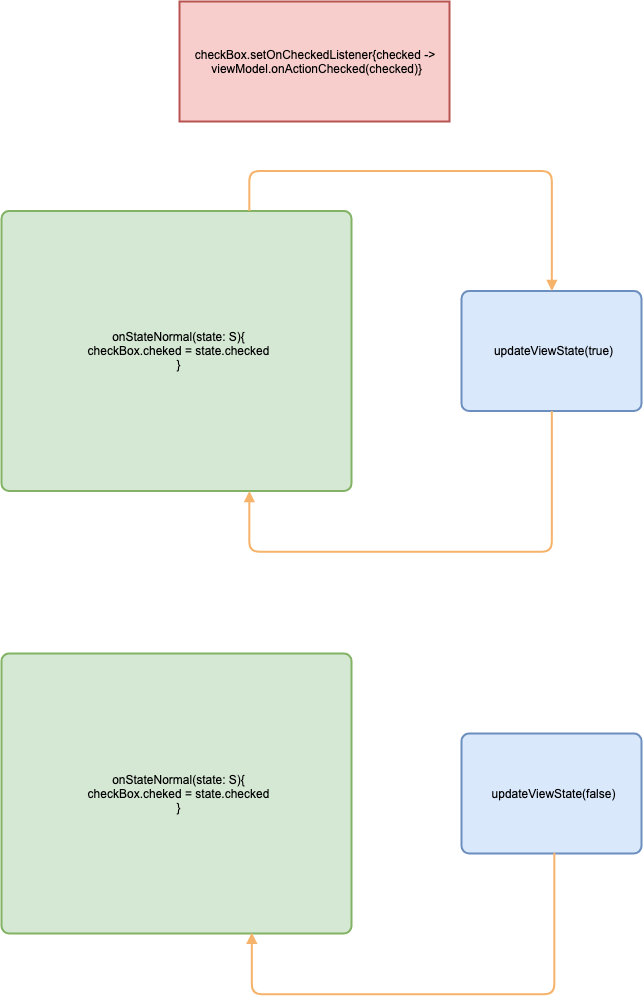
Before: documentation/EmaInfiniteLoop.png, a diagram exported from draw.io (carmabs/Ema). Source tidied: cells renumbered, new cells last; positions are measured from the earlier drawing's top-left corner, leaving out a move shared by most shapes. Source of this version:
```xml
<mxGraphModel background="#FFFFFF">
  <root>
    <mxCell id="0" />
    <mxCell id="1" parent="0" />
    <mxCell id="2" value="&lt;div style='width: 339.22223px;height: 42.0px;word-break: break-word;'&gt;&lt;div align=&quot;center&quot;&gt;&lt;span style=&quot;font-size: 12px; font-family: Arial; white-space: pre-wrap; text-decoration: none; line-height: 14px; color: rgb(0, 0, 0);&quot;&gt;onStateNormal(state: S){&#10;&lt;/span&gt;&lt;/div&gt;&lt;div align=&quot;center&quot;&gt;&lt;span style=&quot;font-size: 12px; font-family: Arial; white-space: pre-wrap; text-decoration: none; line-height: 14px; color: rgb(0, 0, 0);&quot;&gt;checkBox.cheked = state.checked&#10;&lt;/span&gt;&lt;/div&gt;&lt;div align=&quot;center&quot;&gt;&lt;span style=&quot;font-size: 12px; font-family: Arial; white-space: pre-wrap; text-decoration: none; line-height: 14px; color: rgb(0, 0, 0);&quot;&gt;}&lt;/span&gt;&lt;/div&gt;&lt;/div&gt;" style="shape=rect;rounded=1;arcSize=15;absoluteArcSize=1;shadow=0;strokeWidth=2;fillColor=#d5e8d4;strokeColor=#82b365;opacity=100.0;html=1;nl2Br=0;verticalAlign=middle;align=center;spacingLeft=3.8888888;spacingRight=0;whiteSpace=wrap;gliffyId=25;" parent="1" vertex="1">
      <mxGeometry y="209.5" width="350" height="280" as="geometry" />
    </mxCell>
    <mxCell id="3" value="&lt;div style='width: 169.8px;height: 14.0px;word-break: break-word;'&gt;&lt;div align=&quot;center&quot;&gt;&lt;span style=&quot;font-size: 12px; font-family: Arial; white-space: pre-wrap; text-decoration: none; line-height: 14px; color: rgb(0, 0, 0);&quot;&gt;updateViewState(true)&lt;/span&gt;&lt;/div&gt;&lt;/div&gt;" style="shape=rect;rounded=1;arcSize=15;absoluteArcSize=1;shadow=0;strokeWidth=2;fillColor=#dae8fc;strokeColor=#6c8fbf;opacity=100.0;html=1;nl2Br=0;verticalAlign=middle;align=center;spacingLeft=3.6;spacingRight=0;whiteSpace=wrap;gliffyId=27;" parent="1" vertex="1">
      <mxGeometry x="460" y="289.5" width="180" height="120" as="geometry" />
    </mxCell>
    <mxCell id="4" value="&lt;div style='width: 261.85715px;height: 28.0px;word-break: break-word;'&gt;&lt;div align=&quot;center&quot;&gt;&lt;span style=&quot;font-size: 12px; font-family: Arial; white-space: pre-wrap; text-decoration: none; line-height: 14px; color: rgb(0, 0, 0);&quot;&gt;checkBox.setOnCheckedListener{checked -&amp;gt;&#10;&lt;/span&gt;&lt;/div&gt;&lt;div align=&quot;center&quot;&gt;&lt;span style=&quot;font-size: 12px; font-family: Arial; white-space: pre-wrap; text-decoration: none; line-height: 14px; color: rgb(0, 0, 0);&quot;&gt; viewModel.onActionChecked(checked)}&lt;/span&gt;&lt;/div&gt;&lt;/div&gt;" style="shape=rect;shadow=0;strokeWidth=2;fillColor=#f8cecc;strokeColor=#b85450;opacity=100.0;html=1;nl2Br=0;verticalAlign=middle;align=center;spacingLeft=2.5714285;spacingRight=0;whiteSpace=wrap;gliffyId=37;" parent="1" vertex="1">
      <mxGeometry x="178" width="270" height="120" as="geometry" />
    </mxCell>
    <mxCell id="5" style="shape=filledEdge;strokeWidth=2;strokeColor=#f6b36b;fillColor=none;startArrow=none;startFill=0;startSize=6;endArrow=block;endFill=1;endSize=6;rounded=1;gliffyId=49;edgeStyle=orthogonalEdgeStyle;" parent="1" edge="1" source="2" target="3">
      <mxGeometry relative="1" as="geometry">
        <Array as="points">
          <mxPoint x="247.5" y="209.5" />
          <mxPoint x="247.5" y="169.5" />
          <mxPoint x="550" y="169.5" />
          <mxPoint x="550" y="289.5" />
        </Array>
      </mxGeometry>
    </mxCell>
    <mxCell id="6" style="shape=filledEdge;strokeWidth=2;strokeColor=#f6b36b;fillColor=none;startArrow=none;startFill=0;startSize=6;endArrow=block;endFill=1;endSize=6;rounded=1;gliffyId=50;edgeStyle=orthogonalEdgeStyle;" parent="1" edge="1" source="3" target="2">
      <mxGeometry relative="1" as="geometry">
        <Array as="points">
          <mxPoint x="550" y="409.5" />
          <mxPoint x="550" y="550.5" />
          <mxPoint x="247.5" y="550.5" />
          <mxPoint x="247.5" y="489.5" />
        </Array>
      </mxGeometry>
    </mxCell>
    <mxCell id="7" value="&lt;div style='width: 339.22223px;height: 42.0px;word-break: break-word;'&gt;&lt;div align=&quot;center&quot;&gt;&lt;span style=&quot;font-size: 12px; font-family: Arial; white-space: pre-wrap; text-decoration: none; line-height: 14px; color: rgb(0, 0, 0);&quot;&gt;onStateNormal(state: S){&#10;&lt;/span&gt;&lt;/div&gt;&lt;div align=&quot;center&quot;&gt;&lt;span style=&quot;font-size: 12px; font-family: Arial; white-space: pre-wrap; text-decoration: none; line-height: 14px; color: rgb(0, 0, 0);&quot;&gt;checkBox.cheked = state.checked&#10;&lt;/span&gt;&lt;/div&gt;&lt;div align=&quot;center&quot;&gt;&lt;span style=&quot;font-size: 12px; font-family: Arial; white-space: pre-wrap; text-decoration: none; line-height: 14px; color: rgb(0, 0, 0);&quot;&gt;}&lt;/span&gt;&lt;/div&gt;&lt;/div&gt;" style="shape=rect;rounded=1;arcSize=15;absoluteArcSize=1;shadow=0;strokeWidth=2;fillColor=#d5e8d4;strokeColor=#82b365;opacity=100.0;html=1;nl2Br=0;verticalAlign=middle;align=center;spacingLeft=3.8888888;spacingRight=0;whiteSpace=wrap;gliffyId=65;" parent="1" vertex="1">
      <mxGeometry y="652" width="350" height="280" as="geometry" />
    </mxCell>
    <mxCell id="8" value="&lt;div style='width: 169.8px;height: 14.0px;word-break: break-word;'&gt;&lt;div align=&quot;center&quot;&gt;&lt;span style=&quot;font-size: 12px; font-family: Arial; white-space: pre-wrap; text-decoration: none; line-height: 14px; color: rgb(0, 0, 0);&quot;&gt;updateViewState(false)&lt;/span&gt;&lt;/div&gt;&lt;/div&gt;" style="shape=rect;rounded=1;arcSize=15;absoluteArcSize=1;shadow=0;strokeWidth=2;fillColor=#dae8fc;strokeColor=#6c8fbf;opacity=100.0;html=1;nl2Br=0;verticalAlign=middle;align=center;spacingLeft=3.6;spacingRight=0;whiteSpace=wrap;gliffyId=63;" parent="1" vertex="1">
      <mxGeometry x="460" y="732" width="180" height="120" as="geometry" />
    </mxCell>
    <mxCell id="9" style="shape=filledEdge;strokeWidth=2;strokeColor=#f6b36b;fillColor=none;startArrow=none;startFill=0;startSize=6;endArrow=block;endFill=1;endSize=6;rounded=1;gliffyId=50;edgeStyle=orthogonalEdgeStyle;" parent="1" edge="1">
      <mxGeometry relative="1" as="geometry">
        <mxPoint x="553" y="851.5" as="sourcePoint" />
        <mxPoint x="250" y="931.5" as="targetPoint" />
        <Array as="points">
          <mxPoint x="553" y="851.5" />
          <mxPoint x="553" y="992.5" />
          <mxPoint x="250.5" y="992.5" />
          <mxPoint x="250.5" y="931.5" />
        </Array>
      </mxGeometry>
    </mxCell>
  </root>
</mxGraphModel>
```
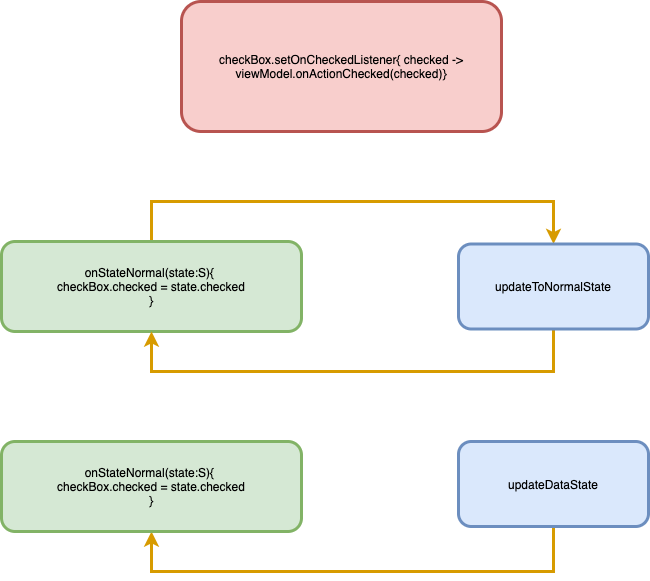
Above is the later version.

What changed in the source:
```diff
@@ -1,53 +1,45 @@
-<mxGraphModel background="#FFFFFF">
+<mxGraphModel>
   <root>
     <mxCell id="0" />
     <mxCell id="1" parent="0" />
-    <mxCell id="2" value="&lt;div style='width: 339.22223px;height: 42.0px;word-break: break-word;'&gt;&lt;div align=&quot;center&quot;&gt;&lt;span style=&quot;font-size: 12px; font-family: Arial; white-space: pre-wrap; text-decoration: none; line-height: 14px; color: rgb(0, 0, 0);&quot;&gt;onStateNormal(state: S){&#10;&lt;/span&gt;&lt;/div&gt;&lt;div align=&quot;center&quot;&gt;&lt;span style=&quot;font-size: 12px; font-family: Arial; white-space: pre-wrap; text-decoration: none; line-height: 14px; color: rgb(0, 0, 0);&quot;&gt;checkBox.cheked = state.checked&#10;&lt;/span&gt;&lt;/div&gt;&lt;div align=&quot;center&quot;&gt;&lt;span style=&quot;font-size: 12px; font-family: Arial; white-space: pre-wrap; text-decoration: none; line-height: 14px; color: rgb(0, 0, 0);&quot;&gt;}&lt;/span&gt;&lt;/div&gt;&lt;/div&gt;" style="shape=rect;rounded=1;arcSize=15;absoluteArcSize=1;shadow=0;strokeWidth=2;fillColor=#d5e8d4;strokeColor=#82b365;opacity=100.0;html=1;nl2Br=0;verticalAlign=middle;align=center;spacingLeft=3.8888888;spacingRight=0;whiteSpace=wrap;gliffyId=25;" parent="1" vertex="1">
-      <mxGeometry y="209.5" width="350" height="280" as="geometry" />
-    </mxCell>
-    <mxCell id="3" value="&lt;div style='width: 169.8px;height: 14.0px;word-break: break-word;'&gt;&lt;div align=&quot;center&quot;&gt;&lt;span style=&quot;font-size: 12px; font-family: Arial; white-space: pre-wrap; text-decoration: none; line-height: 14px; color: rgb(0, 0, 0);&quot;&gt;updateViewState(true)&lt;/span&gt;&lt;/div&gt;&lt;/div&gt;" style="shape=rect;rounded=1;arcSize=15;absoluteArcSize=1;shadow=0;strokeWidth=2;fillColor=#dae8fc;strokeColor=#6c8fbf;opacity=100.0;html=1;nl2Br=0;verticalAlign=middle;align=center;spacingLeft=3.6;spacingRight=0;whiteSpace=wrap;gliffyId=27;" parent="1" vertex="1">
-      <mxGeometry x="460" y="289.5" width="180" height="120" as="geometry" />
-    </mxCell>
-    <mxCell id="4" value="&lt;div style='width: 261.85715px;height: 28.0px;word-break: break-word;'&gt;&lt;div align=&quot;center&quot;&gt;&lt;span style=&quot;font-size: 12px; font-family: Arial; white-space: pre-wrap; text-decoration: none; line-height: 14px; color: rgb(0, 0, 0);&quot;&gt;checkBox.setOnCheckedListener{checked -&amp;gt;&#10;&lt;/span&gt;&lt;/div&gt;&lt;div align=&quot;center&quot;&gt;&lt;span style=&quot;font-size: 12px; font-family: Arial; white-space: pre-wrap; text-decoration: none; line-height: 14px; color: rgb(0, 0, 0);&quot;&gt; viewModel.onActionChecked(checked)}&lt;/span&gt;&lt;/div&gt;&lt;/div&gt;" style="shape=rect;shadow=0;strokeWidth=2;fillColor=#f8cecc;strokeColor=#b85450;opacity=100.0;html=1;nl2Br=0;verticalAlign=middle;align=center;spacingLeft=2.5714285;spacingRight=0;whiteSpace=wrap;gliffyId=37;" parent="1" vertex="1">
-      <mxGeometry x="178" width="270" height="120" as="geometry" />
-    </mxCell>
-    <mxCell id="5" style="shape=filledEdge;strokeWidth=2;strokeColor=#f6b36b;fillColor=none;startArrow=none;startFill=0;startSize=6;endArrow=block;endFill=1;endSize=6;rounded=1;gliffyId=49;edgeStyle=orthogonalEdgeStyle;" parent="1" edge="1" source="2" target="3">
-      <mxGeometry relative="1" as="geometry">
-        <Array as="points">
-          <mxPoint x="247.5" y="209.5" />
-          <mxPoint x="247.5" y="169.5" />
-          <mxPoint x="550" y="169.5" />
-          <mxPoint x="550" y="289.5" />
-        </Array>
-      </mxGeometry>
-    </mxCell>
-    <mxCell id="6" style="shape=filledEdge;strokeWidth=2;strokeColor=#f6b36b;fillColor=none;startArrow=none;startFill=0;startSize=6;endArrow=block;endFill=1;endSize=6;rounded=1;gliffyId=50;edgeStyle=orthogonalEdgeStyle;" parent="1" edge="1" source="3" target="2">
-      <mxGeometry relative="1" as="geometry">
-        <Array as="points">
-          <mxPoint x="550" y="409.5" />
-          <mxPoint x="550" y="550.5" />
-          <mxPoint x="247.5" y="550.5" />
-          <mxPoint x="247.5" y="489.5" />
-        </Array>
-      </mxGeometry>
-    </mxCell>
-    <mxCell id="7" value="&lt;div style='width: 339.22223px;height: 42.0px;word-break: break-word;'&gt;&lt;div align=&quot;center&quot;&gt;&lt;span style=&quot;font-size: 12px; font-family: Arial; white-space: pre-wrap; text-decoration: none; line-height: 14px; color: rgb(0, 0, 0);&quot;&gt;onStateNormal(state: S){&#10;&lt;/span&gt;&lt;/div&gt;&lt;div align=&quot;center&quot;&gt;&lt;span style=&quot;font-size: 12px; font-family: Arial; white-space: pre-wrap; text-decoration: none; line-height: 14px; color: rgb(0, 0, 0);&quot;&gt;checkBox.cheked = state.checked&#10;&lt;/span&gt;&lt;/div&gt;&lt;div align=&quot;center&quot;&gt;&lt;span style=&quot;font-size: 12px; font-family: Arial; white-space: pre-wrap; text-decoration: none; line-height: 14px; color: rgb(0, 0, 0);&quot;&gt;}&lt;/span&gt;&lt;/div&gt;&lt;/div&gt;" style="shape=rect;rounded=1;arcSize=15;absoluteArcSize=1;shadow=0;strokeWidth=2;fillColor=#d5e8d4;strokeColor=#82b365;opacity=100.0;html=1;nl2Br=0;verticalAlign=middle;align=center;spacingLeft=3.8888888;spacingRight=0;whiteSpace=wrap;gliffyId=65;" parent="1" vertex="1">
-      <mxGeometry y="652" width="350" height="280" as="geometry" />
-    </mxCell>
-    <mxCell id="8" value="&lt;div style='width: 169.8px;height: 14.0px;word-break: break-word;'&gt;&lt;div align=&quot;center&quot;&gt;&lt;span style=&quot;font-size: 12px; font-family: Arial; white-space: pre-wrap; text-decoration: none; line-height: 14px; color: rgb(0, 0, 0);&quot;&gt;updateViewState(false)&lt;/span&gt;&lt;/div&gt;&lt;/div&gt;" style="shape=rect;rounded=1;arcSize=15;absoluteArcSize=1;shadow=0;strokeWidth=2;fillColor=#dae8fc;strokeColor=#6c8fbf;opacity=100.0;html=1;nl2Br=0;verticalAlign=middle;align=center;spacingLeft=3.6;spacingRight=0;whiteSpace=wrap;gliffyId=63;" parent="1" vertex="1">
-      <mxGeometry x="460" y="732" width="180" height="120" as="geometry" />
-    </mxCell>
-    <mxCell id="9" style="shape=filledEdge;strokeWidth=2;strokeColor=#f6b36b;fillColor=none;startArrow=none;startFill=0;startSize=6;endArrow=block;endFill=1;endSize=6;rounded=1;gliffyId=50;edgeStyle=orthogonalEdgeStyle;" parent="1" edge="1">
-      <mxGeometry relative="1" as="geometry">
-        <mxPoint x="553" y="851.5" as="sourcePoint" />
-        <mxPoint x="250" y="931.5" as="targetPoint" />
-        <Array as="points">
-          <mxPoint x="553" y="851.5" />
-          <mxPoint x="553" y="992.5" />
-          <mxPoint x="250.5" y="992.5" />
-          <mxPoint x="250.5" y="931.5" />
-        </Array>
-      </mxGeometry>
-    </mxCell>
+    <mxCell id="10" value="checkBox.setOnCheckedListener{ checked -&amp;gt;&lt;br&gt;viewModel.onActionChecked(checked)}" style="rounded=1;whiteSpace=wrap;html=1;fillColor=#f8cecc;strokeColor=#b85450;strokeWidth=3;" parent="1" vertex="1">
+      <mxGeometry x="153" y="50" width="320" height="130" as="geometry" />
+    </mxCell>
+    <mxCell id="11" style="edgeStyle=orthogonalEdgeStyle;rounded=0;jettySize=auto;html=1;exitX=0.5;exitY=0;exitDx=0;exitDy=0;entryX=0.5;entryY=0;entryDx=0;entryDy=0;strokeWidth=3;fillColor=#ffe6cc;strokeColor=#d79b00;" parent="1" edge="1" source="12" target="14">
+      <mxGeometry relative="1" as="geometry">
+        <Array as="points">
+          <mxPoint x="123" y="250" />
+          <mxPoint x="525" y="250" />
+        </Array>
+      </mxGeometry>
+    </mxCell>
+    <mxCell id="12" value="onStateNormal(state:S){ &lt;br&gt;checkBox.checked = state.checked&lt;br&gt;}" style="rounded=1;whiteSpace=wrap;html=1;strokeWidth=3;fillColor=#d5e8d4;strokeColor=#82b366;" parent="1" vertex="1">
+      <mxGeometry x="-27" y="290" width="300" height="90" as="geometry" />
+    </mxCell>
+    <mxCell id="13" style="edgeStyle=orthogonalEdgeStyle;rounded=0;jettySize=auto;html=1;entryX=0.5;entryY=1;entryDx=0;entryDy=0;strokeWidth=3;fillColor=#ffe6cc;strokeColor=#d79b00;" parent="1" edge="1" source="14" target="12">
+      <mxGeometry relative="1" as="geometry">
+        <Array as="points">
+          <mxPoint x="525" y="420" />
+          <mxPoint x="123" y="420" />
+        </Array>
+      </mxGeometry>
+    </mxCell>
+    <mxCell id="14" value="updateToNormalState" style="rounded=1;whiteSpace=wrap;html=1;strokeWidth=3;fillColor=#dae8fc;strokeColor=#6c8ebf;" parent="1" vertex="1">
+      <mxGeometry x="430" y="292.5" width="190" height="85" as="geometry" />
+    </mxCell>
+    <mxCell id="15" style="edgeStyle=orthogonalEdgeStyle;rounded=0;jettySize=auto;html=1;entryX=0.5;entryY=1;entryDx=0;entryDy=0;fillColor=#ffe6cc;strokeColor=#d79b00;strokeWidth=3;" parent="1" edge="1" source="16" target="17">
+      <mxGeometry relative="1" as="geometry">
+        <Array as="points">
+          <mxPoint x="525" y="620" />
+          <mxPoint x="123" y="620" />
+        </Array>
+      </mxGeometry>
+    </mxCell>
+    <mxCell id="16" value="updateDataState" style="rounded=1;whiteSpace=wrap;html=1;strokeWidth=3;fillColor=#dae8fc;strokeColor=#6c8ebf;" parent="1" vertex="1">
+      <mxGeometry x="430" y="490" width="190" height="85" as="geometry" />
+    </mxCell>
+    <mxCell id="17" value="onStateNormal(state:S){ &lt;br&gt;checkBox.checked = state.checked&lt;br&gt;}" style="rounded=1;whiteSpace=wrap;html=1;strokeWidth=3;fillColor=#d5e8d4;strokeColor=#82b366;" parent="1" vertex="1">
+      <mxGeometry x="-27" y="490" width="300" height="90" as="geometry" />
+    </mxCell>
   </root>
 </mxGraphModel>
```
